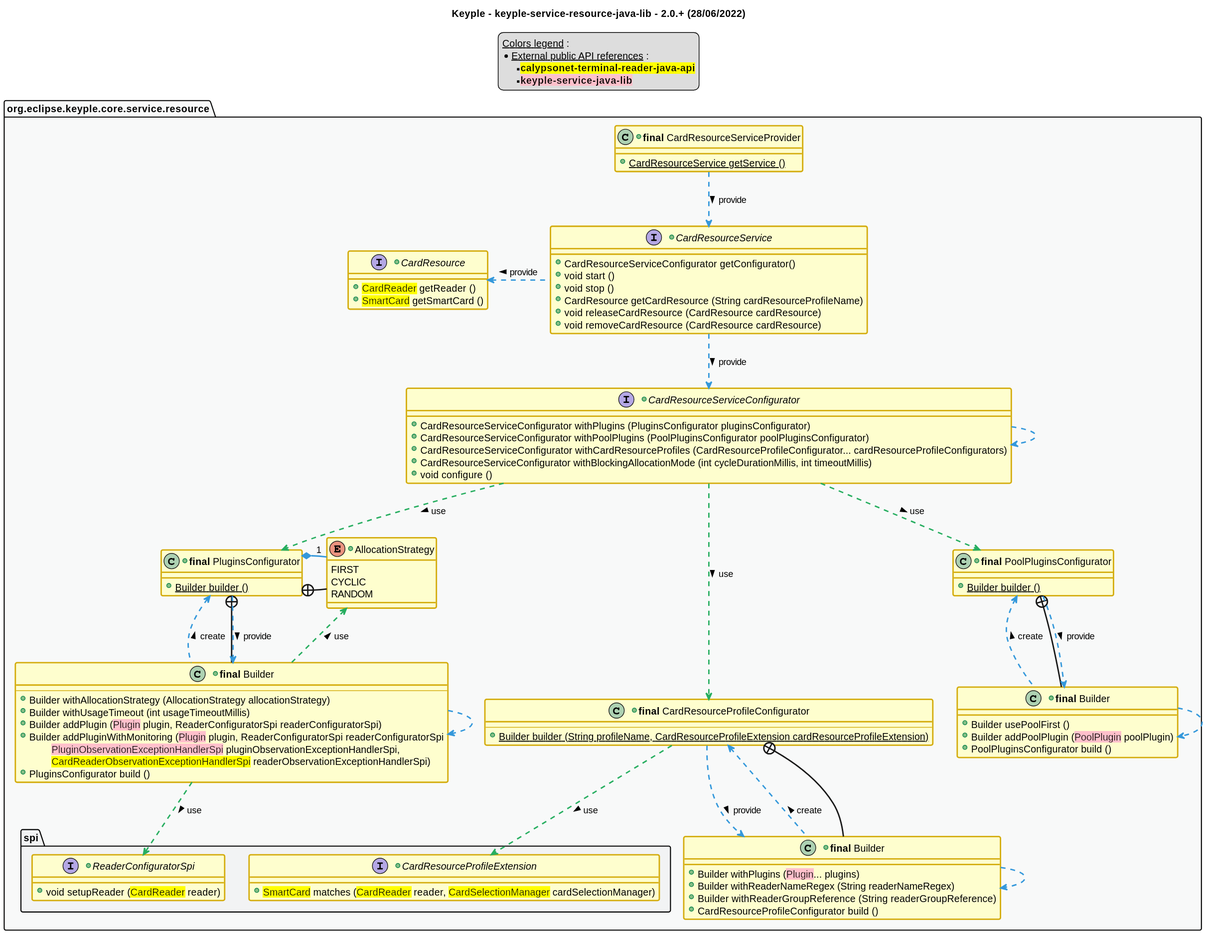
Above: src/main/uml/api_class_diagram.svg in eclipse-keyple/keyple-service-resource-java-lib (PlantUML), before the change.
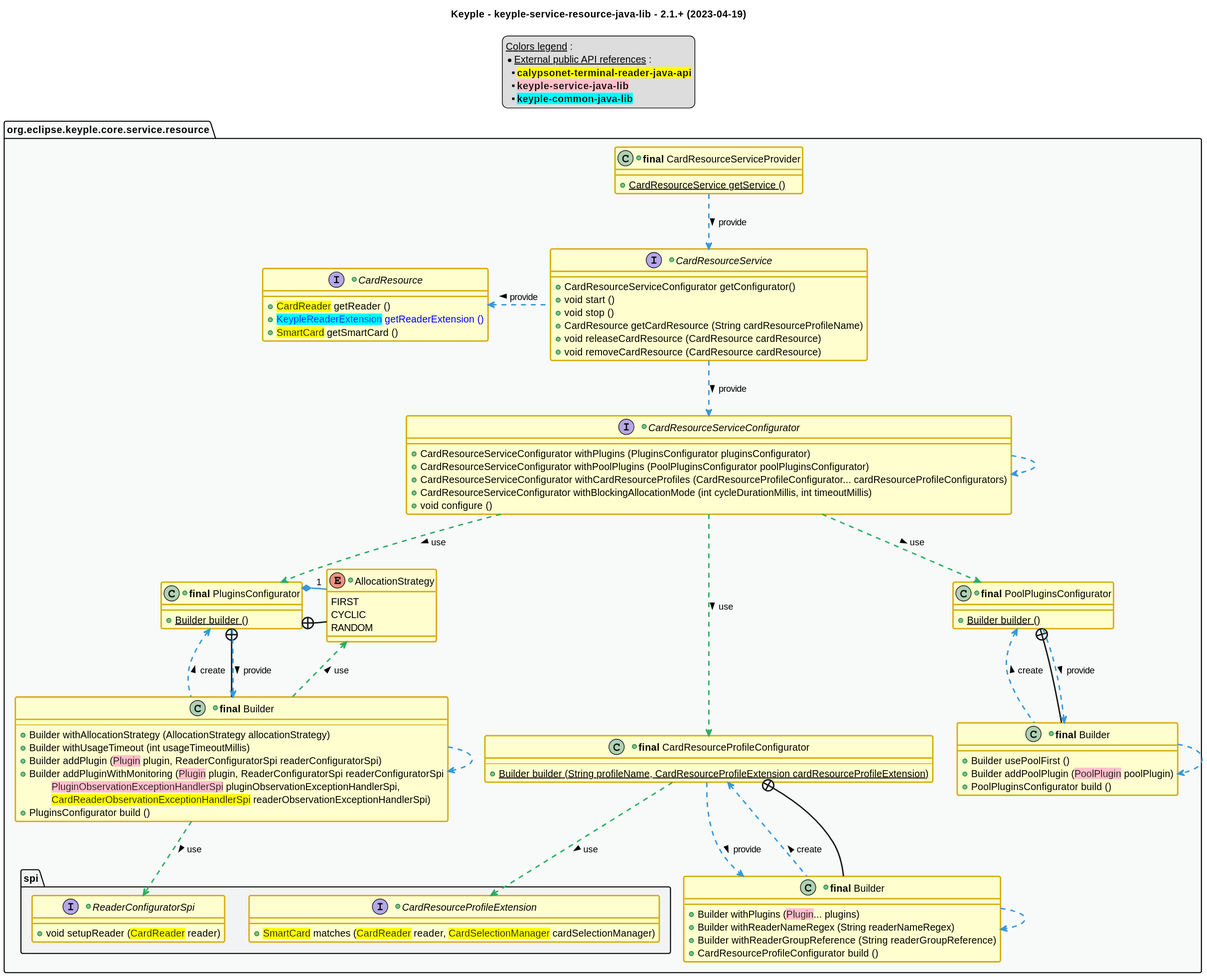
Above is the later version.

Change to the diagram source:
```diff
@@ -1,6 +1,6 @@
 @startuml
 title
-    Keyple - keyple-service-resource-java-lib - 2.0.+ (28/06/2022)
+    Keyple - keyple-service-resource-java-lib - 2.1.+ (2023-04-19)
 end title
 
 
@@ -45,6 +45,7 @@
     * __External public API references__ :
     ** <back:yellow>**calypsonet-terminal-reader-java-api**</back>
     ** <back:pink>**keyple-service-java-lib**</back>
+    ** <back:cyan>**keyple-common-java-lib**</back>
 end legend
 
 package "org.eclipse.keyple.core.service.resource" as resource {
@@ -111,6 +112,7 @@
 
     +interface CardResource {
         +<back:yellow>CardReader</back> getReader ()
+        +<color:blue><back:cyan>KeypleReaderExtension</back> getReaderExtension ()
         +<back:yellow>SmartCard</back> getSmartCard ()
     }
 
@@ -161,6 +163,5 @@
 
 
 package resource #C_GREY1 {}
-package resourceSpi #C_GREY2 {}
-
+package resource.resourceSpi #C_GREY2 {}
 @enduml
```
